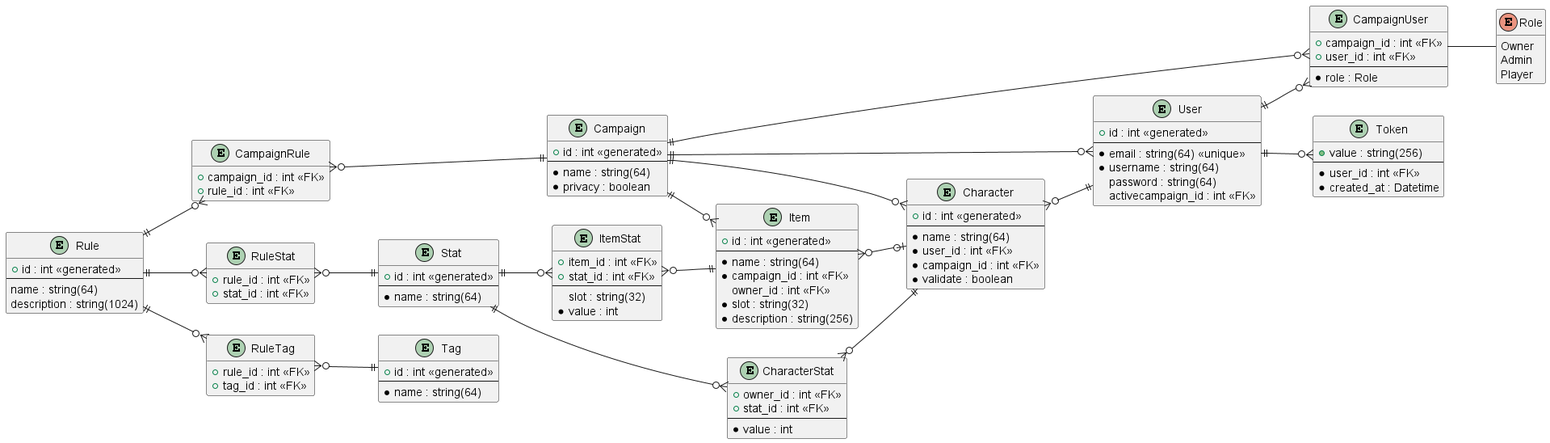
This is DataBase/DB.png from MathieuAvec1T-dev/DiceHall, a PlantUML export, as it was before one commit.
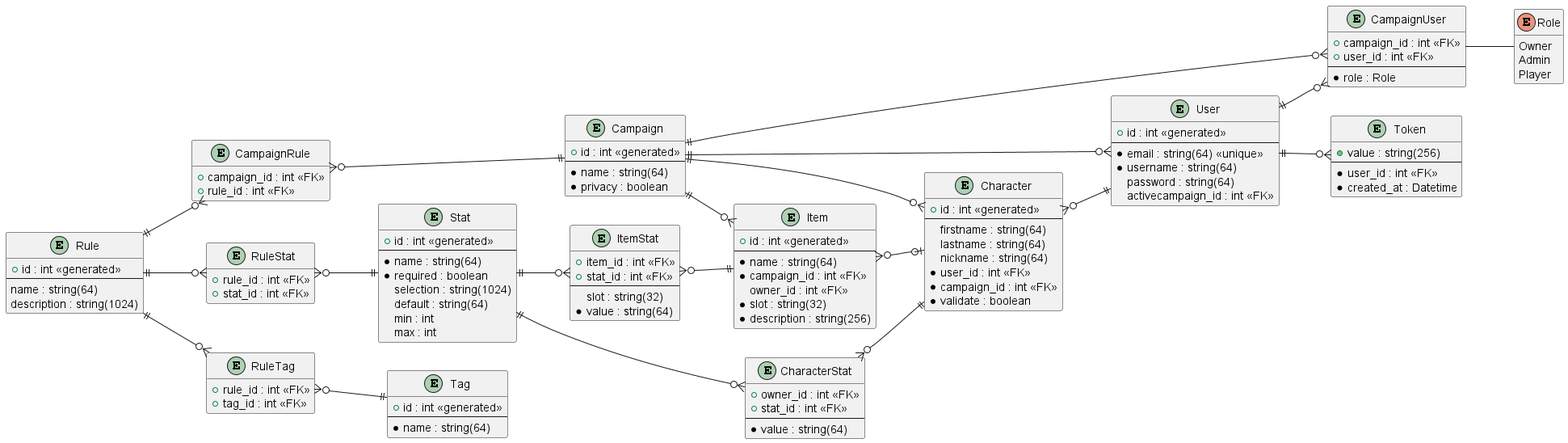
After the commit.

Commit message:
Core - DB - Character name => firstname/lastname/nickname - value pour CharacterStat/ItemStat int => string - Stat ajout : required, selection, default, min, max

Change to the diagram source:
```diff
@@ -41,7 +41,9 @@
 entity Character {
     + id : int <<generated>>
     --
-    * name : string(64)
+    firstname : string(64)
+    lastname : string(64)
+    nickname : string(64)
     * user_id : int <<FK>>
     * campaign_id : int <<FK>>
     * validate : boolean
@@ -61,7 +63,7 @@
     + owner_id : int <<FK>>
     + stat_id : int <<FK>>
     --
-    * value : int
+    * value : string(64)
 }
 
 entity Rule {
@@ -75,6 +77,11 @@
     + id : int <<generated>>
     --
     * name : string(64)
+    * required : boolean
+    selection : string(1024)
+    default : string(64)
+    min : int
+    max : int
 }
 
 entity Tag {
@@ -98,7 +105,7 @@
     + stat_id : int <<FK>>
     --
     slot : string(32)
-    * value : int
+    * value : string(64)
 }
 
 entity RuleStat {
```
